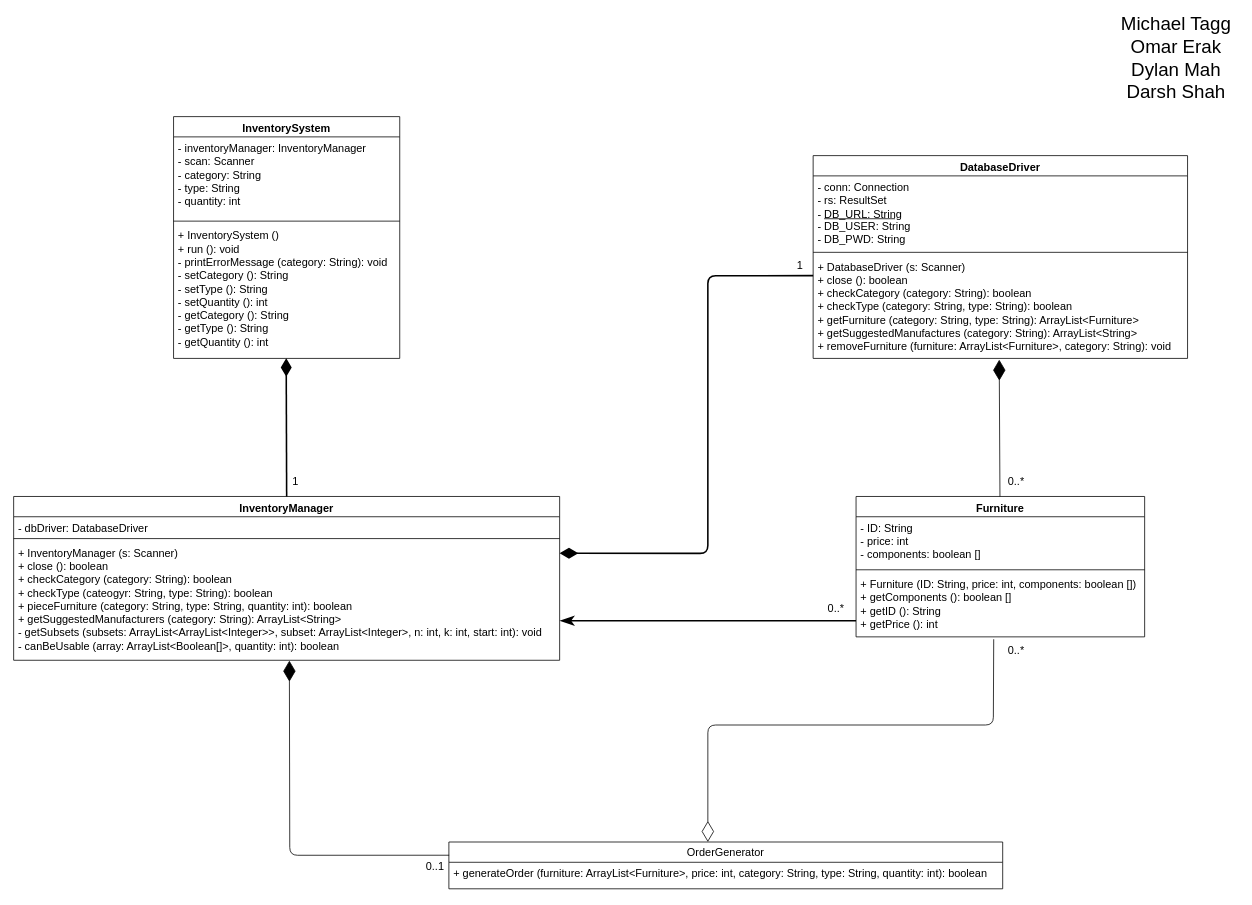
This is Untitled Diagram.drawio from mtagg/409ProjectG16, a draw.io file, before an edit. Source tidied: cells renumbered, new cells numbered last; positions are measured from the earlier drawing's top-left corner, leaving out a move shared by most shapes. Both pictures are drawn from the tidied source at 78%, with x=0, y=0 at pixel (13, 23).
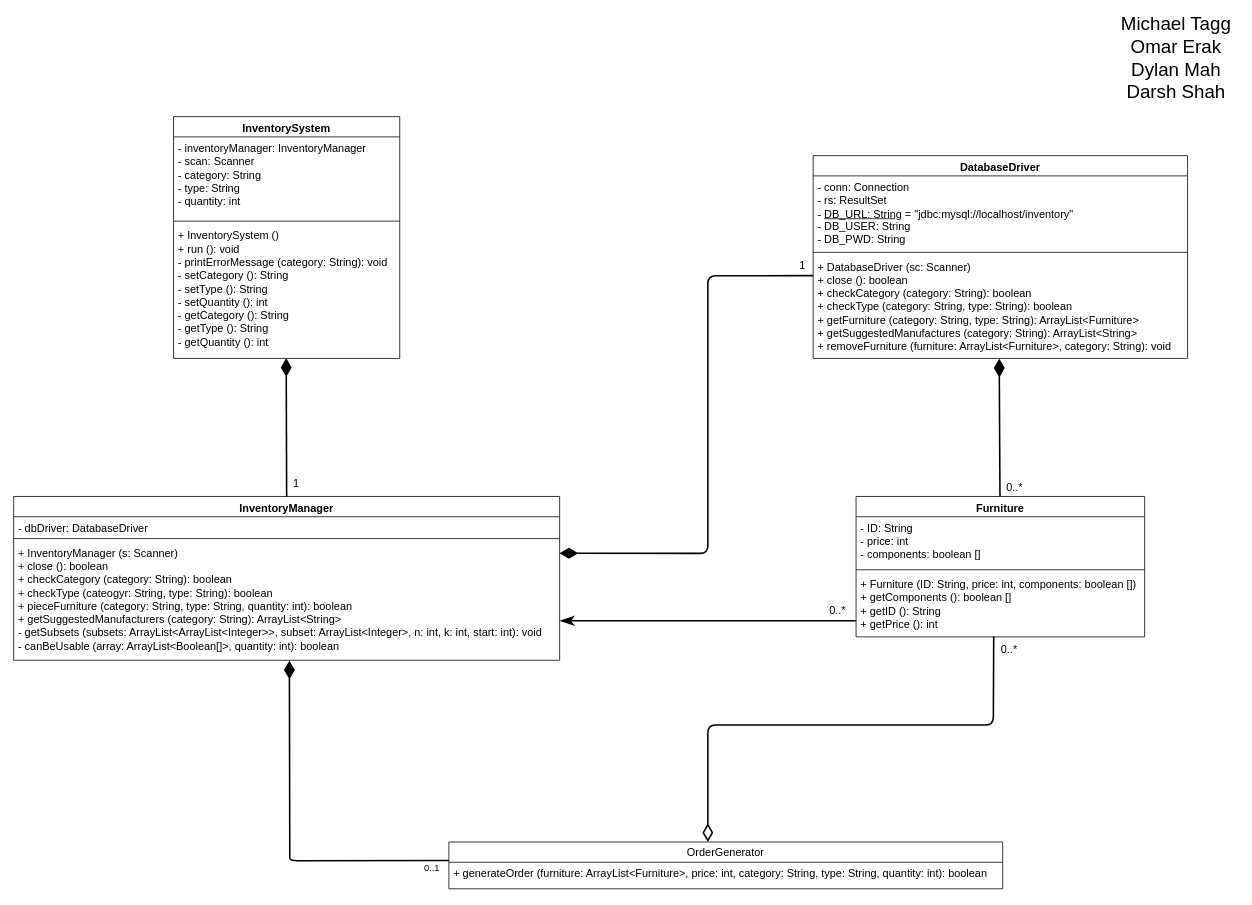
The same diagram, later.

Commit message:
Updated formatting and some methods

The change refers to these unchanged cells:
```xml
<mxCell id="2" value="Furniture" style="swimlane;fontStyle=1;align=center;verticalAlign=top;horizontal=1;startSize=26;fontSize=14;" parent="1" vertex="1">
  <mxGeometry x="1080" y="607" width="370" height="180" as="geometry" />
</mxCell>
<mxCell id="5" value="+ Furniture (ID: String, price: int, components: boolean [])&#10;+ getComponents (): boolean []&#10;+ getID (): String&#10;+ getPrice (): int&#10;&#10;" style="text;strokeColor=none;fillColor=none;align=left;verticalAlign=top;spacingLeft=4;spacingRight=4;overflow=hidden;points=[[0,0.5],[1,0.5]];portConstraint=eastwest;fontSize=14;" parent="2" vertex="1">
  <mxGeometry y="98" width="370" height="82" as="geometry" />
</mxCell>
<mxCell id="6" value="DatabaseDriver" style="swimlane;fontStyle=1;align=center;verticalAlign=top;horizontal=1;startSize=26;fontSize=14;" parent="1" vertex="1">
  <mxGeometry x="1025" y="170" width="480" height="260" as="geometry" />
</mxCell>
<mxCell id="10" value="OrderGenerator" style="swimlane;fontStyle=0;horizontal=1;startSize=26;fillColor=none;fontSize=14;" parent="1" vertex="1">
  <mxGeometry x="558" y="1050" width="710" height="60" as="geometry" />
</mxCell>
<mxCell id="19" value="+ InventoryManager (s: Scanner)&#10;+ close (): boolean&#10;+ checkCategory (category: String): boolean&#10;+ checkType (cateogyr: String, type: String): boolean&#10;+ pieceFurniture (category: String, type: String, quantity: int): boolean&#10;+ getSuggestedManufacturers (category: String): ArrayList&lt;String&gt;&#10;- getSubsets (subsets: ArrayList&lt;ArrayList&lt;Integer&gt;&gt;, subset: ArrayList&lt;Integer&gt;, n: int, k: int, start: int): void&#10;- canBeUsable (array: ArrayList&lt;Boolean[]&gt;, quantity: int): boolean&#10;&#10;&#10;" style="text;strokeColor=none;fillColor=none;align=left;verticalAlign=top;spacingLeft=4;spacingRight=4;overflow=hidden;points=[[0,0.5],[1,0.5]];portConstraint=eastwest;fontSize=14;" parent="16" vertex="1">
  <mxGeometry y="58" width="700" height="152" as="geometry" />
</mxCell>
```

The edit, as a diff of the source:
```diff
@@
-    <mxCell id="7" value="- conn: Connection&lt;br style=&quot;font-size: 14px;&quot;&gt;- rs: ResultSet&lt;br style=&quot;font-size: 14px;&quot;&gt; - &lt;u style=&quot;font-size: 14px;&quot;&gt;DB_URL: String&lt;/u&gt;&lt;br style=&quot;font-size: 14px;&quot;&gt;- DB_USER: String&lt;br style=&quot;font-size: 14px;&quot;&gt;- DB_PWD: String" style="text;strokeColor=none;fillColor=none;align=left;verticalAlign=top;spacingLeft=4;spacingRight=4;overflow=hidden;fontStyle=0;html=1;fontSize=14;" parent="6" vertex="1">
+    <mxCell id="7" value="- conn: Connection&lt;br style=&quot;font-size: 14px&quot;&gt;- rs: ResultSet&lt;br style=&quot;font-size: 14px&quot;&gt; - &lt;u style=&quot;font-size: 14px&quot;&gt;DB_URL: String&lt;/u&gt;&lt;span style=&quot;font-size: 14px&quot;&gt; =&amp;nbsp;&lt;/span&gt;&lt;span style=&quot;background-color: rgb(255 , 255 , 255)&quot;&gt;&lt;span class=&quot;pl-pds&quot; style=&quot;box-sizing: border-box&quot;&gt;&quot;&lt;/span&gt;&lt;span&gt;jdbc:mysql://localhost/inventory&lt;/span&gt;&lt;span class=&quot;pl-pds&quot; style=&quot;box-sizing: border-box&quot;&gt;&quot;&lt;/span&gt;&lt;/span&gt;&lt;br style=&quot;font-size: 14px&quot;&gt;- DB_USER: String&lt;br style=&quot;font-size: 14px&quot;&gt;- DB_PWD: String" style="text;strokeColor=none;fillColor=none;align=left;verticalAlign=top;spacingLeft=4;spacingRight=4;overflow=hidden;fontStyle=0;html=1;fontSize=14;" parent="6" vertex="1">
       <mxGeometry y="26" width="480" height="94" as="geometry" />
     </mxCell>
@@
-    <mxCell id="9" value="+ DatabaseDriver (s: Scanner)&#10;+ close (): boolean&#10;+ checkCategory (category: String): boolean&#10;+ checkType (category: String, type: String): boolean&#10;+ getFurniture (category: String, type: String): ArrayList&lt;Furniture&gt;&#10;+ getSuggestedManufactures (category: String): ArrayList&lt;String&gt;&#10;+ removeFurniture (furniture: ArrayList&lt;Furniture&gt;, category: String): void&#10;" style="text;strokeColor=none;fillColor=none;align=left;verticalAlign=top;spacingLeft=4;spacingRight=4;overflow=hidden;points=[[0,0.5],[1,0.5]];portConstraint=eastwest;fontSize=14;" parent="6" vertex="1">
+    <mxCell id="9" value="+ DatabaseDriver (sc: Scanner)&#10;+ close (): boolean&#10;+ checkCategory (category: String): boolean&#10;+ checkType (category: String, type: String): boolean&#10;+ getFurniture (category: String, type: String): ArrayList&lt;Furniture&gt;&#10;+ getSuggestedManufactures (category: String): ArrayList&lt;String&gt;&#10;+ removeFurniture (furniture: ArrayList&lt;Furniture&gt;, category: String): void&#10;" style="text;strokeColor=none;fillColor=none;align=left;verticalAlign=top;spacingLeft=4;spacingRight=4;overflow=hidden;points=[[0,0.5],[1,0.5]];portConstraint=eastwest;fontSize=14;" parent="6" vertex="1">
       <mxGeometry y="128" width="480" height="132" as="geometry" />
     </mxCell>
@@
-    <mxCell id="22" value="0..1" style="text;html=1;align=center;verticalAlign=middle;points=[];fontSize=14;" parent="1" vertex="1">
-      <mxGeometry x="520" y="1072" width="40" height="20" as="geometry" />
-    </mxCell>
     <mxCell id="23" value="0..*" style="text;html=1;align=center;verticalAlign=middle;fontSize=14;" parent="1" vertex="1">
-      <mxGeometry x="1265" y="795" width="40" height="20" as="geometry" />
+      <mxGeometry x="1256" y="793" width="40" height="20" as="geometry" />
     </mxCell>
     <mxCell id="24" value="0..*" style="text;html=1;align=center;verticalAlign=middle;fontSize=14;" parent="1" vertex="1">
-      <mxGeometry x="1034" y="741" width="40" height="20" as="geometry" />
+      <mxGeometry x="1036" y="743" width="40" height="20" as="geometry" />
     </mxCell>
     <mxCell id="25" value="0..*" style="text;html=1;align=center;verticalAlign=middle;fontSize=14;" parent="1" vertex="1">
-      <mxGeometry x="1265" y="578" width="40" height="20" as="geometry" />
+      <mxGeometry x="1263" y="585" width="40" height="20" as="geometry" />
     </mxCell>
     <mxCell id="26" value="1" style="text;html=1;align=center;verticalAlign=middle;fontSize=14;" parent="1" vertex="1">
-      <mxGeometry x="998" y="301" width="20" height="20" as="geometry" />
+      <mxGeometry x="1001" y="301" width="20" height="20" as="geometry" />
     </mxCell>
@@
     <mxCell id="28" value="1" style="text;html=1;align=center;verticalAlign=middle;fontSize=14;" parent="1" vertex="1">
-      <mxGeometry x="351" y="578" width="20" height="20" as="geometry" />
+      <mxGeometry x="352" y="581" width="20" height="20" as="geometry" />
     </mxCell>
@@
-    <mxCell id="30" style="endArrow=diamondThin;endFill=1;endSize=24;html=1;entryX=0.497;entryY=1.012;entryDx=0;entryDy=0;entryPerimeter=0;" parent="1" edge="1" source="2" target="9">
+    <mxCell id="30" style="endArrow=diamondThin;endFill=1;endSize=18;html=1;strokeWidth=2;entryX=0.497;entryY=1.003;entryDx=0;entryDy=0;entryPerimeter=0;" parent="1" edge="1" source="2" target="9">
       <mxGeometry relative="1" as="geometry" />
     </mxCell>
-    <mxCell id="31" style="endArrow=diamondThin;endFill=0;endSize=24;html=1;exitX=0.477;exitY=1.037;exitDx=0;exitDy=0;exitPerimeter=0;" parent="1" edge="1" source="5">
+    <mxCell id="31" style="endArrow=diamondThin;endFill=0;endSize=18;html=1;exitX=0.477;exitY=0.999;exitDx=0;exitDy=0;exitPerimeter=0;strokeWidth=2;" parent="1" edge="1" source="5">
       <mxGeometry relative="1" as="geometry">
         <mxPoint x="890" y="1050" as="targetPoint" />
         <Array as="points">
           <mxPoint x="1256" y="900" />
           <mxPoint x="890" y="900" />
         </Array>
       </mxGeometry>
     </mxCell>
-    <mxCell id="32" style="endArrow=diamondThin;endFill=1;endSize=24;html=1;exitX=0.959;exitY=-0.253;exitDx=0;exitDy=0;exitPerimeter=0;entryX=0.505;entryY=1.003;entryDx=0;entryDy=0;entryPerimeter=0;" parent="1" edge="1" source="22" target="19">
+    <mxCell id="32" style="endArrow=diamondThin;endFill=1;endSize=18;html=1;exitX=0;exitY=0.396;exitDx=0;exitDy=0;exitPerimeter=0;entryX=0.505;entryY=1.003;entryDx=0;entryDy=0;entryPerimeter=0;strokeWidth=2;" parent="1" edge="1" source="10" target="19">
       <mxGeometry relative="1" as="geometry">
         <Array as="points">
+          <mxPoint x="354" y="1074" />
           <mxPoint x="354" y="1067" />
         </Array>
       </mxGeometry>
     </mxCell>
+    <mxCell id="22" value="0..1" style="text;html=1;align=center;verticalAlign=middle;points=[];" parent="1" vertex="1">
+      <mxGeometry x="516" y="1074" width="40" height="20" as="geometry" />
+    </mxCell>
```
